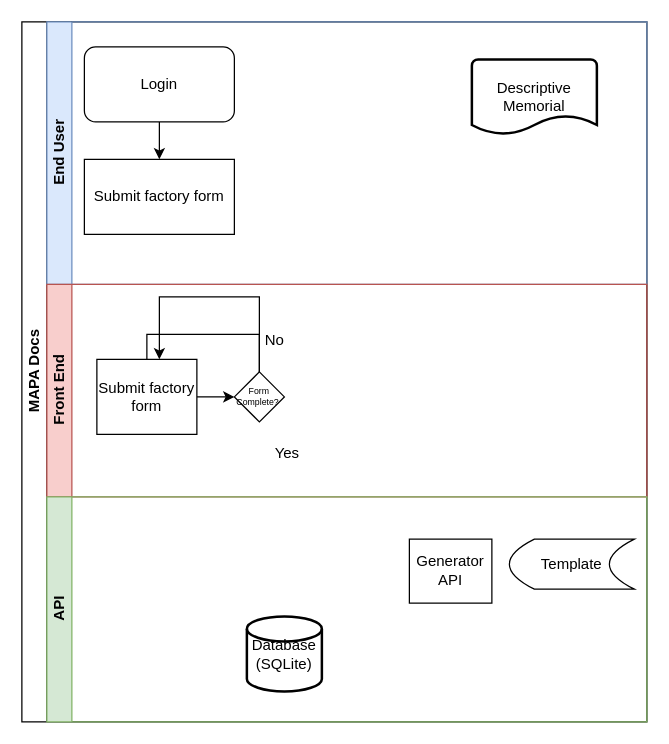
Earlier version of the draw.io diagram mapa_doc.drawio (vivianebuge/ds-em-producao). Source tidied: cells renumbered, new cells numbered last; positions are measured from the earlier drawing's top-left corner, leaving out a move shared by most shapes. Both pictures are drawn from the tidied source at 125%, with x=0, y=0 at pixel (21, 21).
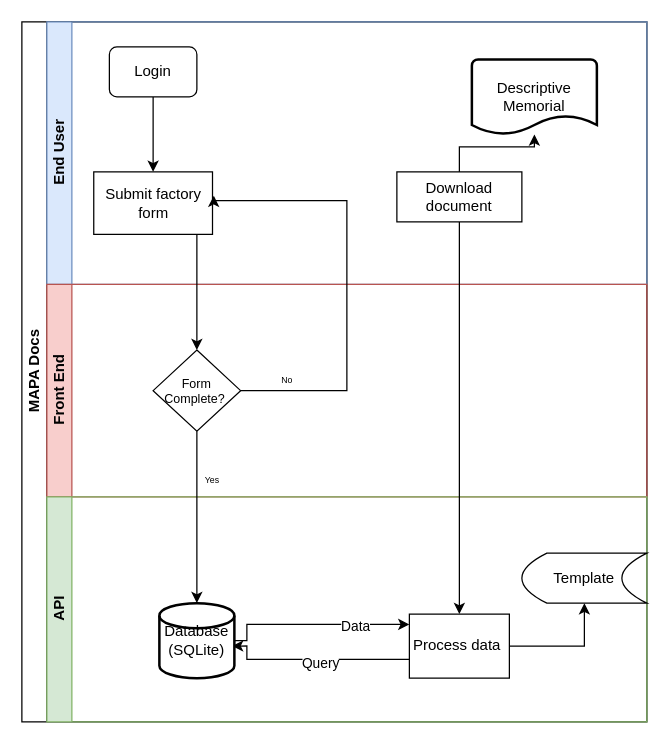
The same page after the edit.

Unchanged cells that the change refers to:
```xml
<mxCell id="2" value="MAPA Docs" style="swimlane;html=1;horizontal=0;startSize=20;" parent="1" vertex="1">
  <mxGeometry width="500" height="560" as="geometry" />
</mxCell>
<mxCell id="4" value="End User" style="swimlane;html=1;startSize=20;horizontal=0;fillColor=#dae8fc;strokeColor=#6c8ebf;" parent="2" vertex="1">
  <mxGeometry x="20" width="480" height="210" as="geometry" />
</mxCell>
<mxCell id="6" value="Descriptive Memorial" style="strokeWidth=2;html=1;shape=mxgraph.flowchart.document2;whiteSpace=wrap;size=0.25;" parent="4" vertex="1">
  <mxGeometry x="340" y="30" width="100" height="60" as="geometry" />
</mxCell>
<mxCell id="9" value="Front End" style="swimlane;html=1;startSize=20;horizontal=0;fillColor=#f8cecc;strokeColor=#b85450;" parent="2" vertex="1">
  <mxGeometry x="20" y="210" width="480" height="170" as="geometry" />
</mxCell>
<mxCell id="16" value="API" style="swimlane;html=1;startSize=20;horizontal=0;fillColor=#d5e8d4;strokeColor=#82b366;" parent="2" vertex="1">
  <mxGeometry x="20" y="380" width="480" height="180" as="geometry" />
</mxCell>
```

Diff of the diagram source:
```diff
@@
-    <mxCell id="3" style="edgeStyle=orthogonalEdgeStyle;rounded=0;jettySize=auto;html=1;endArrow=classic;endFill=1;" parent="2" edge="1" source="12">
-      <mxGeometry relative="1" as="geometry">
-        <mxPoint x="100" y="310" as="targetPoint" />
-        <Array as="points">
-          <mxPoint x="190" y="250" />
-          <mxPoint x="100" y="250" />
-        </Array>
-      </mxGeometry>
-    </mxCell>
@@
     <mxCell id="5" value="Login" style="rounded=1;whiteSpace=wrap;html=1;" parent="4" vertex="1">
-      <mxGeometry x="30" y="20" width="120" height="60" as="geometry" />
+      <mxGeometry x="50" y="20" width="70" height="40" as="geometry" />
     </mxCell>
@@
     <mxCell id="7" value="Submit factory form" style="rounded=0;whiteSpace=wrap;html=1;" parent="4" vertex="1">
-      <mxGeometry x="30" y="110" width="120" height="60" as="geometry" />
+      <mxGeometry x="37.5" y="120" width="95" height="50" as="geometry" />
     </mxCell>
@@
+    <mxCell id="20" style="edgeStyle=orthogonalEdgeStyle;rounded=0;jettySize=auto;html=1;" parent="4" edge="1" source="21" target="6">
+      <mxGeometry relative="1" as="geometry" />
+    </mxCell>
+    <mxCell id="21" value="Download&lt;br&gt;document" style="whiteSpace=wrap;html=1;" parent="4" vertex="1">
+      <mxGeometry x="280" y="120" width="100" height="40" as="geometry" />
+    </mxCell>
@@
-    <mxCell id="10" style="edgeStyle=orthogonalEdgeStyle;rounded=0;jettySize=auto;html=1;endArrow=classic;endFill=1;" parent="9" edge="1" source="11" target="12">
-      <mxGeometry relative="1" as="geometry" />
-    </mxCell>
-    <mxCell id="11" value="Submit factory form" style="rounded=0;whiteSpace=wrap;html=1;fontFamily=Helvetica;fontSize=12;fontColor=#000000;align=center;" parent="9" vertex="1">
-      <mxGeometry x="40" y="60" width="80" height="60" as="geometry" />
-    </mxCell>
-    <mxCell id="12" value="&lt;font style=&quot;font-size: 7px;&quot;&gt;Form Complete?&amp;nbsp;&lt;/font&gt;" style="rhombus;whiteSpace=wrap;html=1;fontFamily=Helvetica;fontSize=4;fontColor=#000000;align=center;" parent="9" vertex="1">
-      <mxGeometry x="150" y="70" width="40" height="40" as="geometry" />
+    <mxCell id="12" value="&lt;font style=&quot;font-size: 10px;&quot;&gt;Form Complete?&amp;nbsp;&lt;/font&gt;" style="rhombus;whiteSpace=wrap;html=1;fontFamily=Helvetica;fontSize=4;fontColor=#000000;align=center;" parent="9" vertex="1">
+      <mxGeometry x="85" y="52.5" width="70" height="65" as="geometry" />
     </mxCell>
-    <mxCell id="13" value="Yes" style="text;html=1;strokeColor=none;fillColor=none;align=center;verticalAlign=middle;whiteSpace=wrap;rounded=0;" parent="9" vertex="1">
-      <mxGeometry x="180" y="130" width="25" height="10" as="geometry" />
+    <mxCell id="13" value="&lt;font style=&quot;font-size: 7px;&quot;&gt;Yes&lt;/font&gt;" style="text;html=1;strokeColor=none;fillColor=none;align=center;verticalAlign=middle;whiteSpace=wrap;rounded=0;" parent="9" vertex="1">
+      <mxGeometry x="120" y="150" width="25" height="10" as="geometry" />
     </mxCell>
-    <mxCell id="14" value="No" style="text;html=1;strokeColor=none;fillColor=none;align=center;verticalAlign=middle;whiteSpace=wrap;rounded=0;" parent="9" vertex="1">
-      <mxGeometry x="170" y="40" width="25" height="10" as="geometry" />
+    <mxCell id="14" value="&lt;font style=&quot;font-size: 7px;&quot;&gt;No&lt;/font&gt;" style="text;html=1;strokeColor=none;fillColor=none;align=center;verticalAlign=middle;whiteSpace=wrap;rounded=0;" parent="9" vertex="1">
+      <mxGeometry x="180" y="70" width="25" height="10" as="geometry" />
     </mxCell>
-    <mxCell id="15" style="edgeStyle=orthogonalEdgeStyle;rounded=0;jettySize=auto;html=1;endArrow=classic;endFill=1;" parent="9" edge="1" source="12" target="11">
-      <mxGeometry relative="1" as="geometry">
-        <Array as="points">
-          <mxPoint x="170" y="10" />
-          <mxPoint x="90" y="10" />
-        </Array>
-      </mxGeometry>
-    </mxCell>
@@
+    <mxCell id="22" style="edgeStyle=orthogonalEdgeStyle;rounded=0;jettySize=auto;html=1;entryX=0.969;entryY=0.572;entryDx=0;entryDy=0;entryPerimeter=0;" parent="16" edge="1" source="17" target="18">
+      <mxGeometry relative="1" as="geometry">
+        <Array as="points">
+          <mxPoint x="160" y="130" />
+          <mxPoint x="160" y="119" />
+        </Array>
+      </mxGeometry>
+    </mxCell>
+    <mxCell id="23" value="Query" style="edgeLabel;html=1;align=center;verticalAlign=middle;" parent="22" vertex="1">
+      <mxGeometry x="-0.06" y="2" relative="1" as="geometry" />
+    </mxCell>
+    <mxCell id="24" style="edgeStyle=orthogonalEdgeStyle;rounded=0;jettySize=auto;html=1;" parent="16" edge="1" source="17" target="19">
+      <mxGeometry relative="1" as="geometry" />
+    </mxCell>
-    <mxCell id="17" value="Generator API" style="whiteSpace=wrap;html=1;fontColor=#000000;" parent="16" vertex="1">
-      <mxGeometry x="290" y="33.8" width="66" height="51.2" as="geometry" />
+    <mxCell id="17" value="Process data&amp;nbsp;" style="whiteSpace=wrap;html=1;fontColor=#000000;" parent="16" vertex="1">
+      <mxGeometry x="290" y="93.8" width="80" height="51.2" as="geometry" />
     </mxCell>
+    <mxCell id="25" style="edgeStyle=orthogonalEdgeStyle;rounded=0;jettySize=auto;html=1;" parent="16" edge="1" source="18" target="17">
+      <mxGeometry relative="1" as="geometry">
+        <Array as="points">
+          <mxPoint x="160" y="115" />
+          <mxPoint x="160" y="102" />
+        </Array>
+      </mxGeometry>
+    </mxCell>
+    <mxCell id="26" value="Data" style="edgeLabel;html=1;align=center;verticalAlign=middle;" parent="25" vertex="1">
+      <mxGeometry x="0.42" y="-1" relative="1" as="geometry" />
+    </mxCell>
+    <mxCell id="27" value="&lt;br&gt;" style="edgeLabel;html=1;align=center;verticalAlign=middle;" parent="25" vertex="1">
+      <mxGeometry x="0.33" y="-4" relative="1" as="geometry">
+        <mxPoint x="-21" y="-6" as="offset" />
+      </mxGeometry>
+    </mxCell>
     <mxCell id="18" value="Database&lt;br&gt;(SQLite)" style="strokeWidth=2;html=1;shape=mxgraph.flowchart.database;whiteSpace=wrap;" parent="16" vertex="1">
-      <mxGeometry x="160" y="95.6" width="60" height="60" as="geometry" />
+      <mxGeometry x="90" y="85" width="60" height="60" as="geometry" />
     </mxCell>
     <mxCell id="19" value="Template" style="shape=dataStorage;whiteSpace=wrap;html=1;fixedSize=1;" parent="16" vertex="1">
-      <mxGeometry x="370" y="33.8" width="100" height="40" as="geometry" />
+      <mxGeometry x="380" y="45" width="100" height="40" as="geometry" />
     </mxCell>
+    <mxCell id="15" style="edgeStyle=orthogonalEdgeStyle;rounded=0;jettySize=auto;html=1;endArrow=classic;endFill=1;entryX=1.011;entryY=0.381;entryDx=0;entryDy=0;entryPerimeter=0;" parent="2" edge="1" source="12" target="7">
+      <mxGeometry relative="1" as="geometry">
+        <Array as="points">
+          <mxPoint x="260" y="295" />
+          <mxPoint x="260" y="143" />
+        </Array>
+      </mxGeometry>
+    </mxCell>
+    <mxCell id="28" style="edgeStyle=orthogonalEdgeStyle;rounded=0;jettySize=auto;html=1;" parent="2" edge="1" source="7" target="12">
+      <mxGeometry relative="1" as="geometry">
+        <Array as="points">
+          <mxPoint x="140" y="210" />
+          <mxPoint x="140" y="210" />
+        </Array>
+      </mxGeometry>
+    </mxCell>
+    <mxCell id="29" style="edgeStyle=orthogonalEdgeStyle;rounded=0;jettySize=auto;html=1;" parent="2" edge="1" source="12" target="18">
+      <mxGeometry relative="1" as="geometry" />
+    </mxCell>
+    <mxCell id="30" style="edgeStyle=orthogonalEdgeStyle;rounded=0;jettySize=auto;html=1;entryX=0.5;entryY=0;entryDx=0;entryDy=0;" parent="2" edge="1" source="21" target="17">
+      <mxGeometry relative="1" as="geometry" />
+    </mxCell>
```
